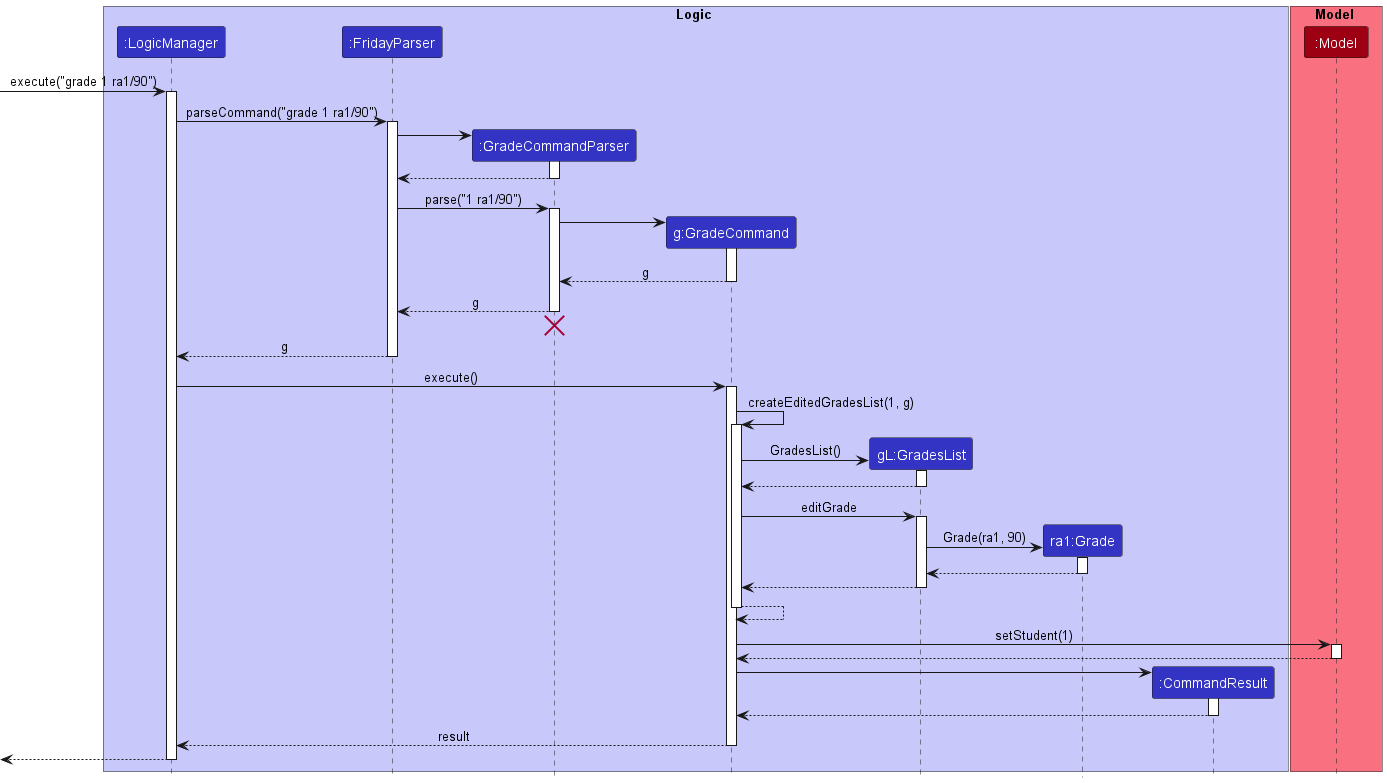
Above: docs/images/GradeSequenceDiagram.png in nus-cs2103-AY2223S1/tp (PlantUML), before the change.
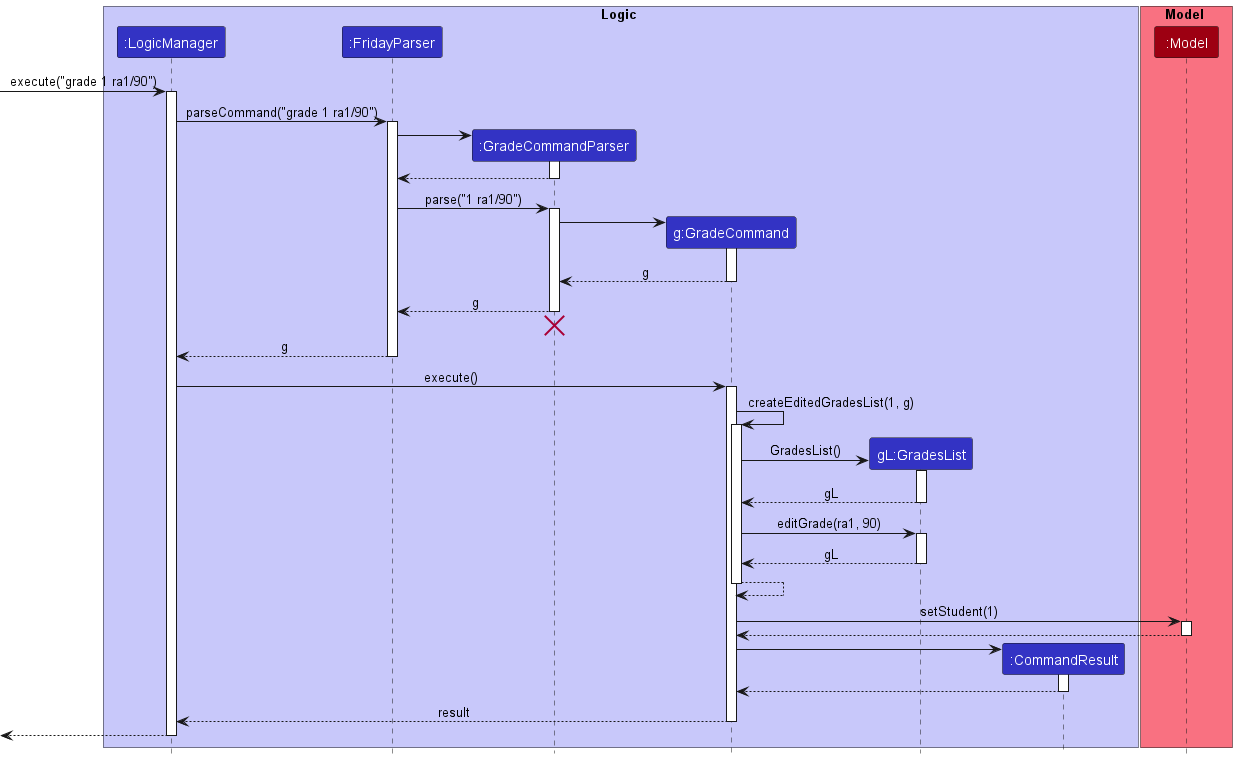
The same file after the commit.

Diff of the diagram source:
```diff
@@ -7,7 +7,6 @@
 participant ":GradeCommandParser" as GradeCommandParser LOGIC_COLOR
 participant "g:GradeCommand" as GradeCommand LOGIC_COLOR
 participant "gL:GradesList" as GradesList LOGIC_COLOR
-participant "ra1:Grade" as Grade LOGIC_COLOR
 participant ":CommandResult" as CommandResult LOGIC_COLOR
 end box
 
@@ -56,20 +55,13 @@
 GradeCommand -> GradesList : GradesList()
 activate GradesList
 
-GradesList --> GradeCommand
+GradesList --> GradeCommand: gL
 deactivate GradesList
 
-GradeCommand -> GradesList : editGrade
+GradeCommand -> GradesList : editGrade(ra1, 90)
 activate GradesList
 
-create Grade
-GradesList -> Grade : Grade(ra1, 90)
-activate Grade
-
-Grade --> GradesList
-deactivate Grade
-
-GradesList --> GradeCommand
+GradesList --> GradeCommand: gL
 deactivate GradesList
 
 GradeCommand --> GradeCommand
```
